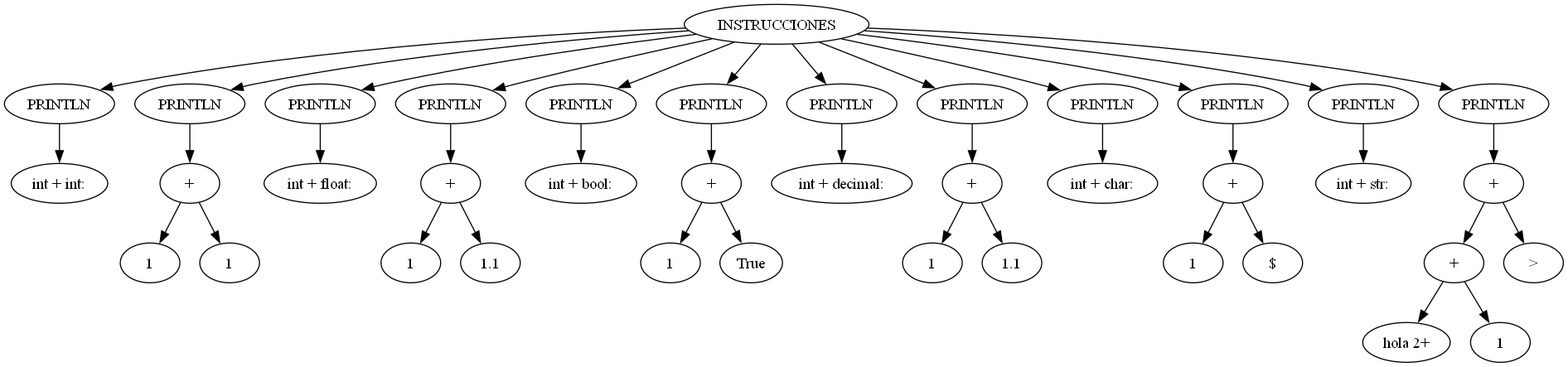
The Graphviz diagram backend/AST.png in AlvaroCeballos/OLC1_VJ2025_G5, before a commit. Its source is kept beside it as backend/AST.dot.
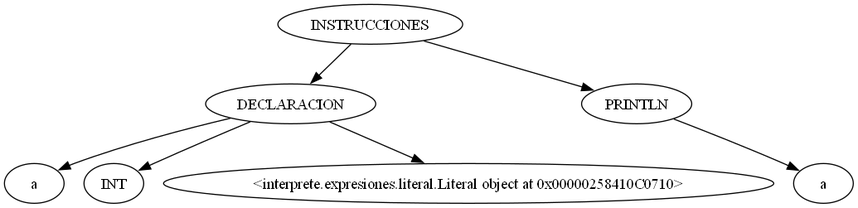
The same diagram one commit later.

What changed in the source:
```diff
@@ -1,79 +1,15 @@
 digraph {
 	0 [label = "INSTRUCCIONES"];
-	1 [label = "PRINTLN"];
-	2 [label = "int + int:"];
-	3 [label = "PRINTLN"];
-	4 [label = "+"];
-	5 [label = "1"];
-	6 [label = "1"];
-	7 [label = "PRINTLN"];
-	8 [label = "int + float:"];
-	9 [label = "PRINTLN"];
-	10 [label = "+"];
-	11 [label = "1"];
-	12 [label = "1.1"];
-	13 [label = "PRINTLN"];
-	14 [label = "int + bool:"];
-	15 [label = "PRINTLN"];
-	16 [label = "+"];
-	17 [label = "1"];
-	18 [label = "True"];
-	19 [label = "PRINTLN"];
-	20 [label = "int + decimal:"];
-	21 [label = "PRINTLN"];
-	22 [label = "+"];
-	23 [label = "1"];
-	24 [label = "1.1"];
-	25 [label = "PRINTLN"];
-	26 [label = "int + char:"];
-	27 [label = "PRINTLN"];
-	28 [label = "+"];
-	29 [label = "1"];
-	30 [label = "$"];
-	31 [label = "PRINTLN"];
-	32 [label = "int + str:"];
+	29 [label = "DECLARACION"];
+	30 [label = "a"];
+	31 [label = "INT"];
+	32 [label = "<interprete.expresiones.literal.Literal object at 0x00000258410C0710>"];
 	33 [label = "PRINTLN"];
-	34 [label = "+"];
-	35 [label = "+"];
-	36 [label = "hola 2+"];
-	37 [label = "1"];
-	38 [label = ">"];
-	0 -> 1;
-	1 -> 2;
-	0 -> 3;
-	3 -> 4;
-	4 -> 5;
-	4 -> 6;
-	0 -> 7;
-	7 -> 8;
-	0 -> 9;
-	9 -> 10;
-	10 -> 11;
-	10 -> 12;
-	0 -> 13;
-	13 -> 14;
-	0 -> 15;
-	15 -> 16;
-	16 -> 17;
-	16 -> 18;
-	0 -> 19;
-	19 -> 20;
-	0 -> 21;
-	21 -> 22;
-	22 -> 23;
-	22 -> 24;
-	0 -> 25;
-	25 -> 26;
-	0 -> 27;
-	27 -> 28;
-	28 -> 29;
-	28 -> 30;
-	0 -> 31;
-	31 -> 32;
+	34 [label = "a"];
+	0 -> 29;
+	29 -> 30;
+	29 -> 31;
+	29 -> 32;
 	0 -> 33;
 	33 -> 34;
-	34 -> 35;
-	35 -> 36;
-	35 -> 37;
-	34 -> 38;
 }
```
